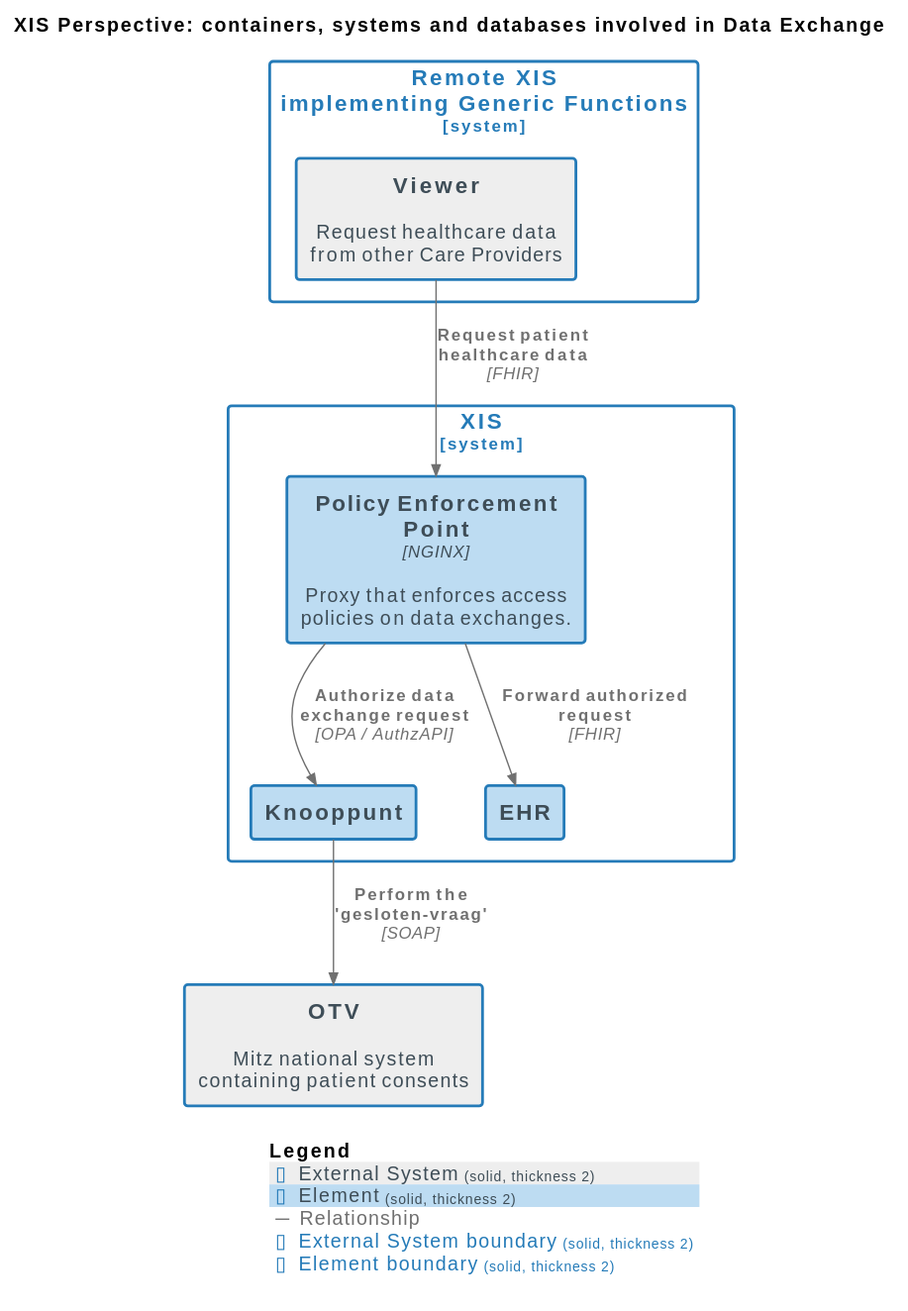
Before: docs/images/structurizr-DataExchange_ContainerDiagram.svg, a diagram exported from PlantUML (nuts-foundation/nuts-knooppunt).
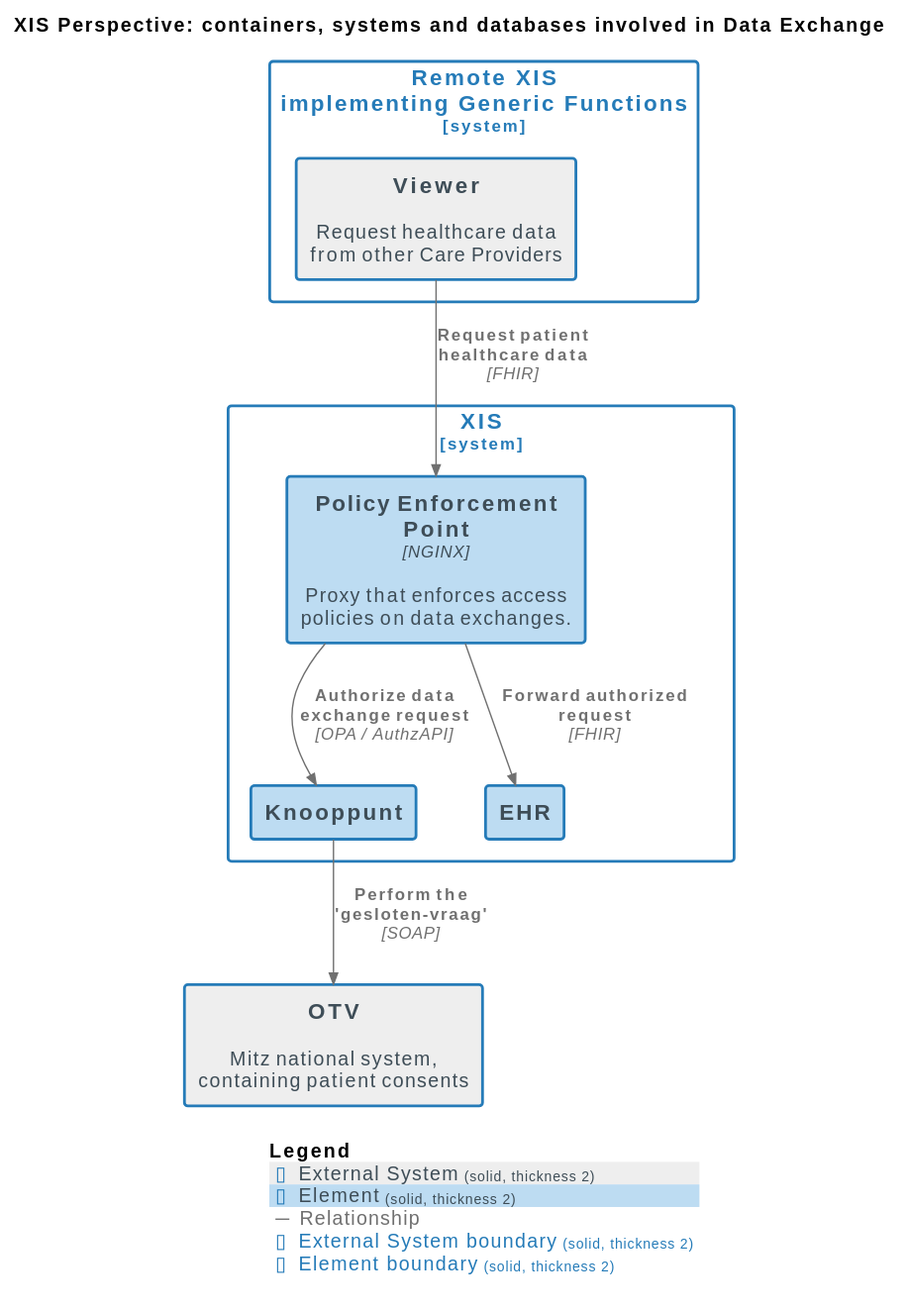
After the change.

Change to the diagram source:
```diff
@@ -16,7 +16,7 @@
 AddBoundaryTag("External System", $bgColor="#ffffff", $borderColor="#257bb8", $fontColor="#257bb8", $shadowing="", $borderStyle="solid", $borderThickness="2")
 AddBoundaryTag("Element", $bgColor="#ffffff", $borderColor="#257bb8", $fontColor="#257bb8", $shadowing="", $borderStyle="solid", $borderThickness="2")
 
-System(OTV, "OTV", $descr="Mitz national system containing patient consents", $tags="External System", $link="")
+System(OTV, "OTV", $descr="Mitz national system, containing patient consents", $tags="External System", $link="")
 
 System_Boundary("RemoteXISimplementingGenericFunctions_boundary", "Remote XIS\nimplementing Generic Functions", $tags="External System") {
   Container(RemoteXISimplementingGenericFunctions.Viewer, "Viewer", $techn="", $descr="Request healthcare data from other Care Providers", $tags="External System", $link="")
```
